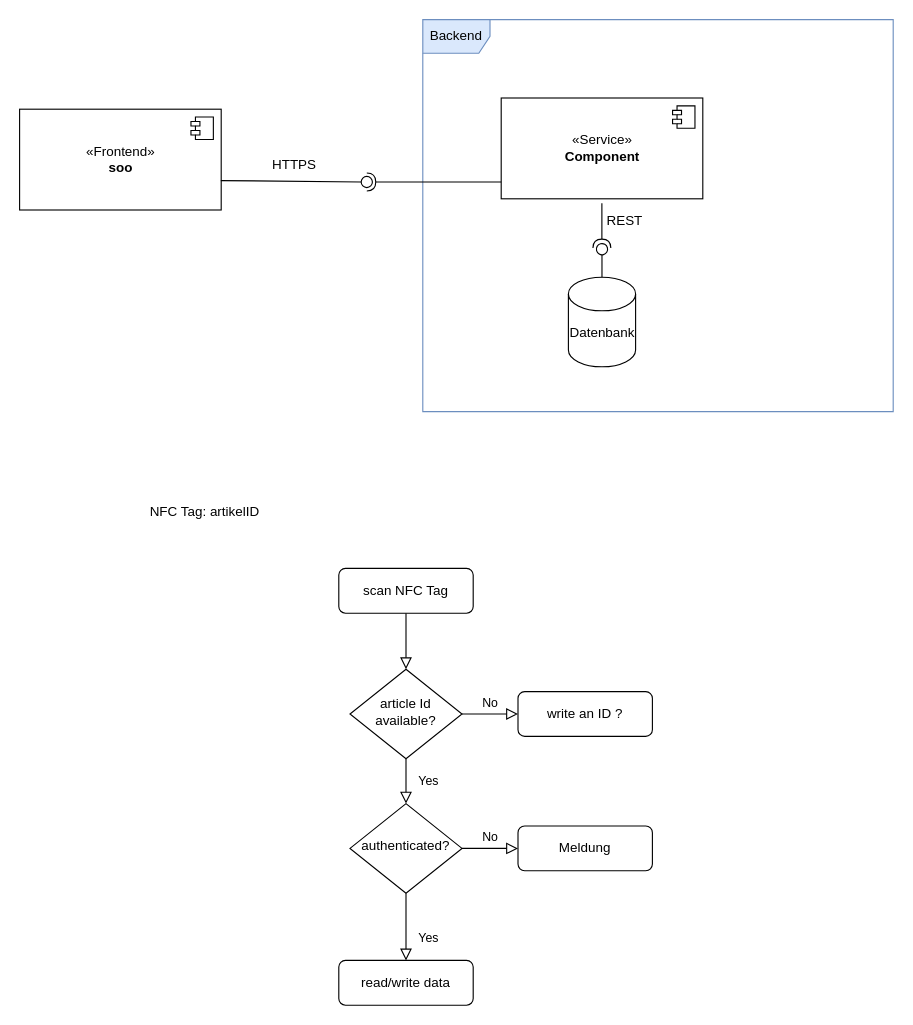
The draw.io diagram page "Page-4" (4 of 4) of Architektur.drawio in ngock/AndroidFirestoreArchitectureComponents, before the edit. Source tidied: cells renumbered, new cells numbered last; positions are measured from the earlier drawing's top-left corner, leaving out a move shared by most shapes. Both pictures are drawn from the tidied source at 112%, with x=0, y=0 at pixel (19, 19).
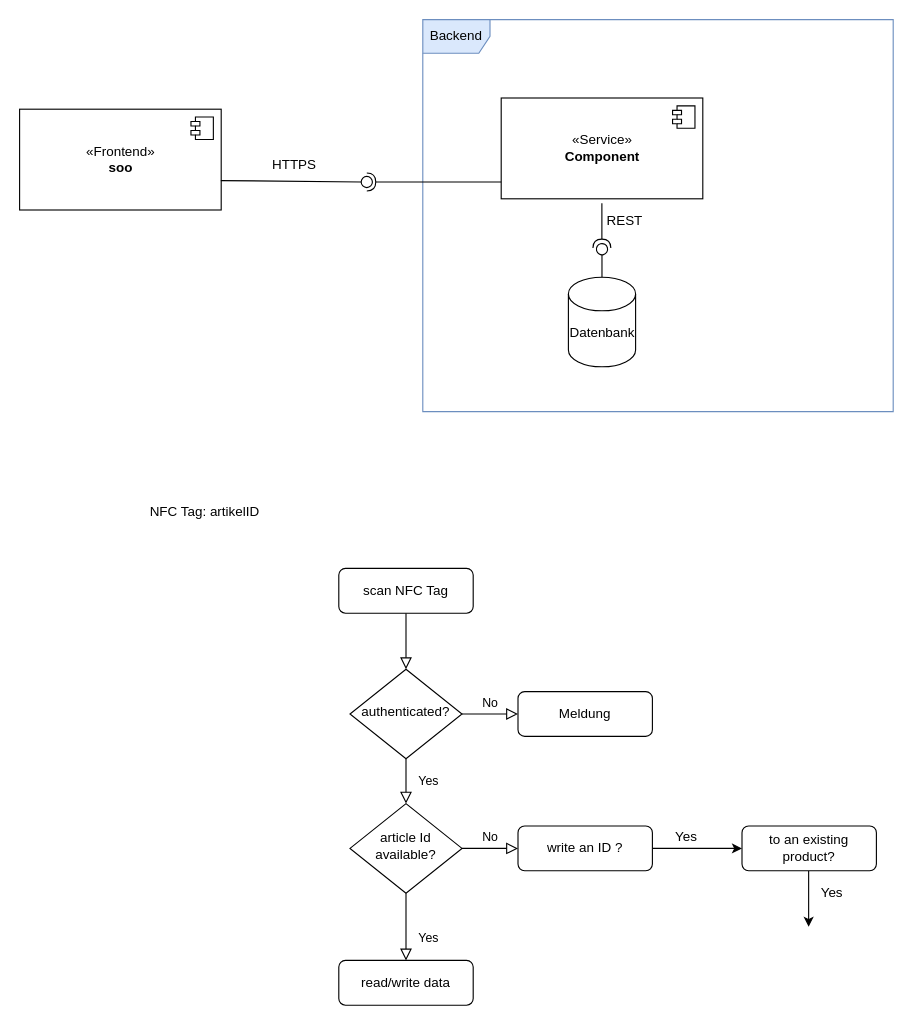
The same page after the edit.

Change to the diagram source:
```diff
@@
-    <mxCell id="21" value="article Id available?" style="rhombus;whiteSpace=wrap;html=1;shadow=0;fontFamily=Helvetica;fontSize=12;align=center;strokeWidth=1;spacing=6;spacingTop=-4;" parent="1" vertex="1">
+    <mxCell id="21" value="authenticated?" style="rhombus;whiteSpace=wrap;html=1;shadow=0;fontFamily=Helvetica;fontSize=12;align=center;strokeWidth=1;spacing=6;spacingTop=-4;" parent="1" vertex="1">
       <mxGeometry x="295" y="580" width="100" height="80" as="geometry" />
     </mxCell>
-    <mxCell id="22" value="write an ID ?" style="rounded=1;whiteSpace=wrap;html=1;fontSize=12;glass=0;strokeWidth=1;shadow=0;" parent="1" vertex="1">
+    <mxCell id="22" value="Meldung" style="rounded=1;whiteSpace=wrap;html=1;fontSize=12;glass=0;strokeWidth=1;shadow=0;" parent="1" vertex="1">
       <mxGeometry x="445" y="600" width="120" height="40" as="geometry" />
     </mxCell>
@@
-    <mxCell id="25" value="authenticated?" style="rhombus;whiteSpace=wrap;html=1;shadow=0;fontFamily=Helvetica;fontSize=12;align=center;strokeWidth=1;spacing=6;spacingTop=-4;" parent="1" vertex="1">
+    <mxCell id="25" value="article Id available?" style="rhombus;whiteSpace=wrap;html=1;shadow=0;fontFamily=Helvetica;fontSize=12;align=center;strokeWidth=1;spacing=6;spacingTop=-4;" parent="1" vertex="1">
       <mxGeometry x="295" y="700" width="100" height="80" as="geometry" />
     </mxCell>
@@
+    <mxCell id="29" style="edgeStyle=orthogonalEdgeStyle;rounded=0;jettySize=auto;html=1;entryX=0;entryY=0.5;entryDx=0;entryDy=0;" parent="1" edge="1" source="27" target="32">
+      <mxGeometry relative="1" as="geometry" />
+    </mxCell>
-    <mxCell id="27" value="Meldung" style="rounded=1;whiteSpace=wrap;html=1;fontSize=12;glass=0;strokeWidth=1;shadow=0;" parent="1" vertex="1">
+    <mxCell id="27" value="write an ID ?" style="rounded=1;whiteSpace=wrap;html=1;fontSize=12;glass=0;strokeWidth=1;shadow=0;" parent="1" vertex="1">
       <mxGeometry x="445" y="720" width="120" height="40" as="geometry" />
     </mxCell>
@@
+    <mxCell id="30" style="edgeStyle=orthogonalEdgeStyle;rounded=0;orthogonalLoop=1;jettySize=auto;html=1;" parent="1" edge="1">
+      <mxGeometry relative="1" as="geometry">
+        <mxPoint x="704.5" y="760" as="sourcePoint" />
+        <mxPoint x="704.5" y="810" as="targetPoint" />
+      </mxGeometry>
+    </mxCell>
+    <mxCell id="31" value="Yes" style="text;html=1;align=center;verticalAlign=middle;strokeColor=none;fillColor=none;" parent="1" vertex="1">
+      <mxGeometry x="705" y="770" width="40" height="20" as="geometry" />
+    </mxCell>
+    <mxCell id="32" value="to an existing product?" style="rounded=1;whiteSpace=wrap;html=1;fontSize=12;glass=0;strokeWidth=1;shadow=0;" parent="1" vertex="1">
+      <mxGeometry x="645" y="720" width="120" height="40" as="geometry" />
+    </mxCell>
+    <mxCell id="33" value="Yes" style="text;html=1;align=center;verticalAlign=middle;strokeColor=none;fillColor=none;" parent="1" vertex="1">
+      <mxGeometry x="575" y="720" width="40" height="20" as="geometry" />
+    </mxCell>
```
